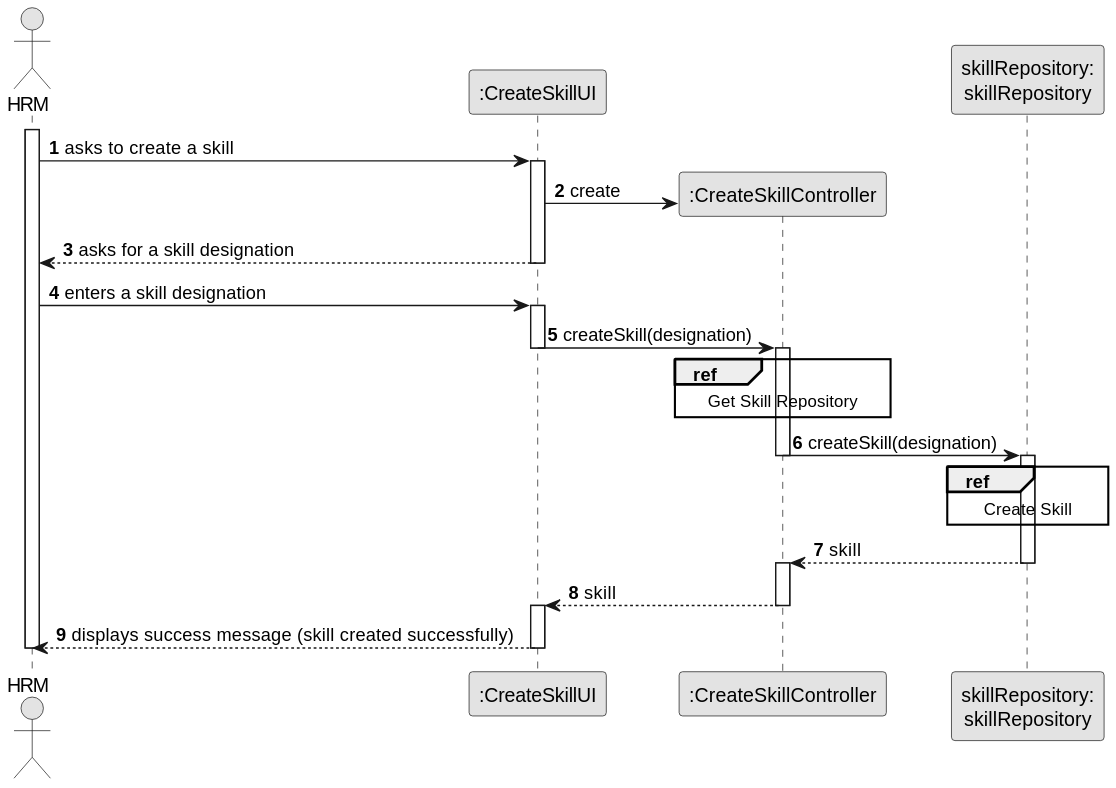
Above: docs/sprintB/us001/03.design/svg/us001-sequence-diagram-split.svg in ricardomm7/leaflink (PlantUML), before the change.
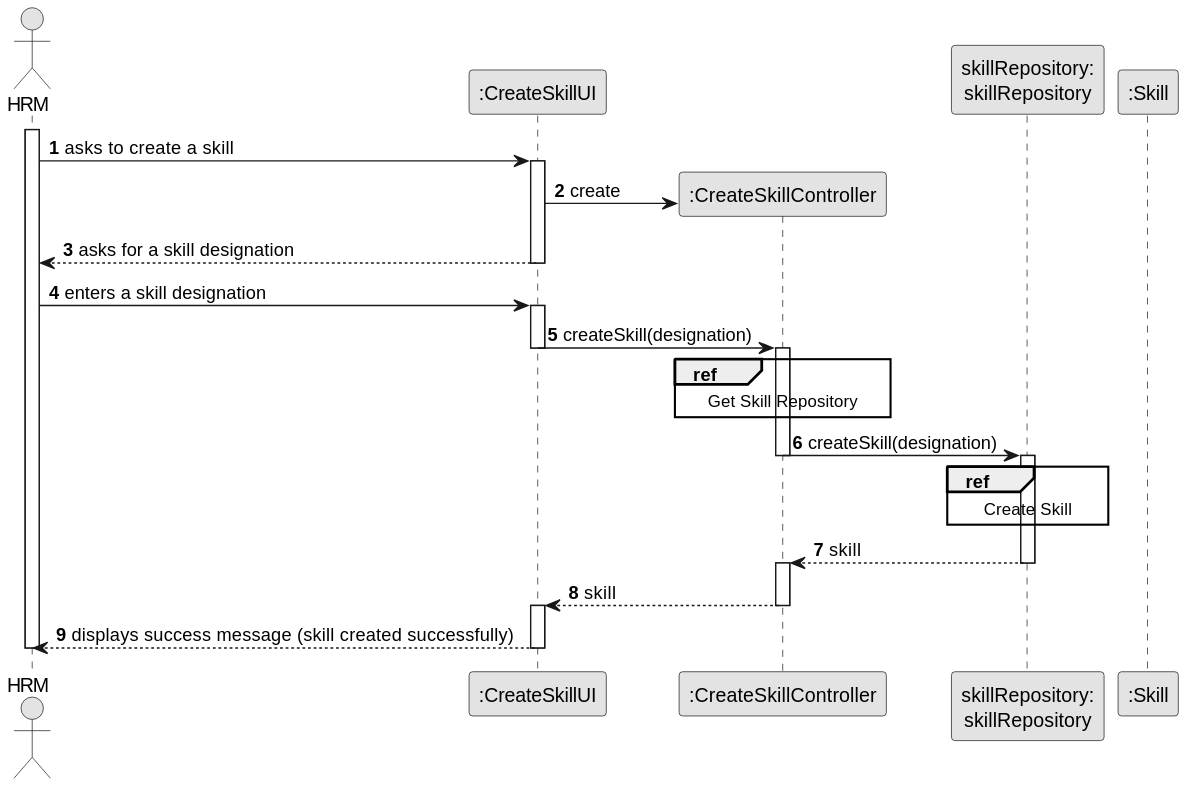
After the commit.

The edit, as a diff of the source:
```diff
@@ -9,7 +9,7 @@
 participant ":CreateSkillUI" as UI
 participant ":CreateSkillController" as CTRL
 participant "skillRepository:\nskillRepository" as skillRepository
-
+participant ":Skill"
 activate HRM
 
 HRM ->UI : asks to create a skill
```
